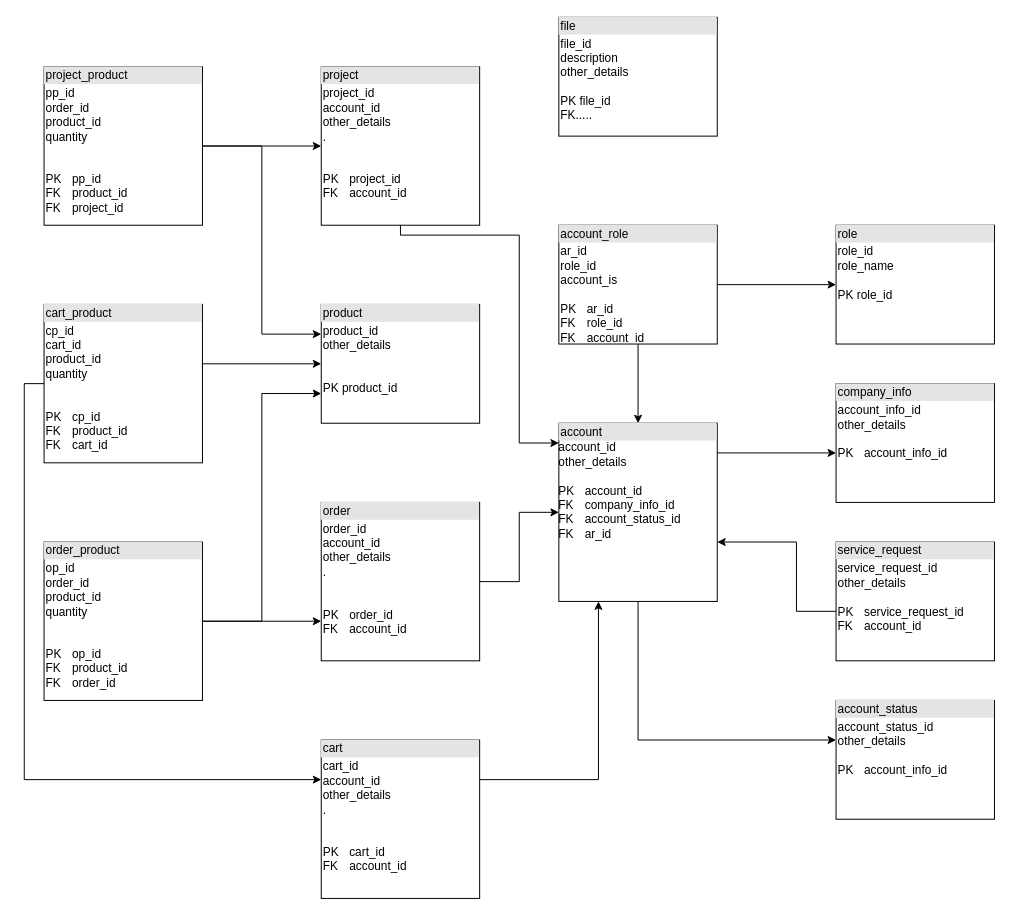
Above: Диаграмма без названия.drawio in zanchess/design-patterns (draw.io), before the change. Source tidied: cells renumbered, new cells numbered last; positions are measured from the earlier drawing's top-left corner, leaving out a move shared by most shapes. Both pictures are drawn from the tidied source at 99%, with x=0, y=0 at pixel (24, 17).
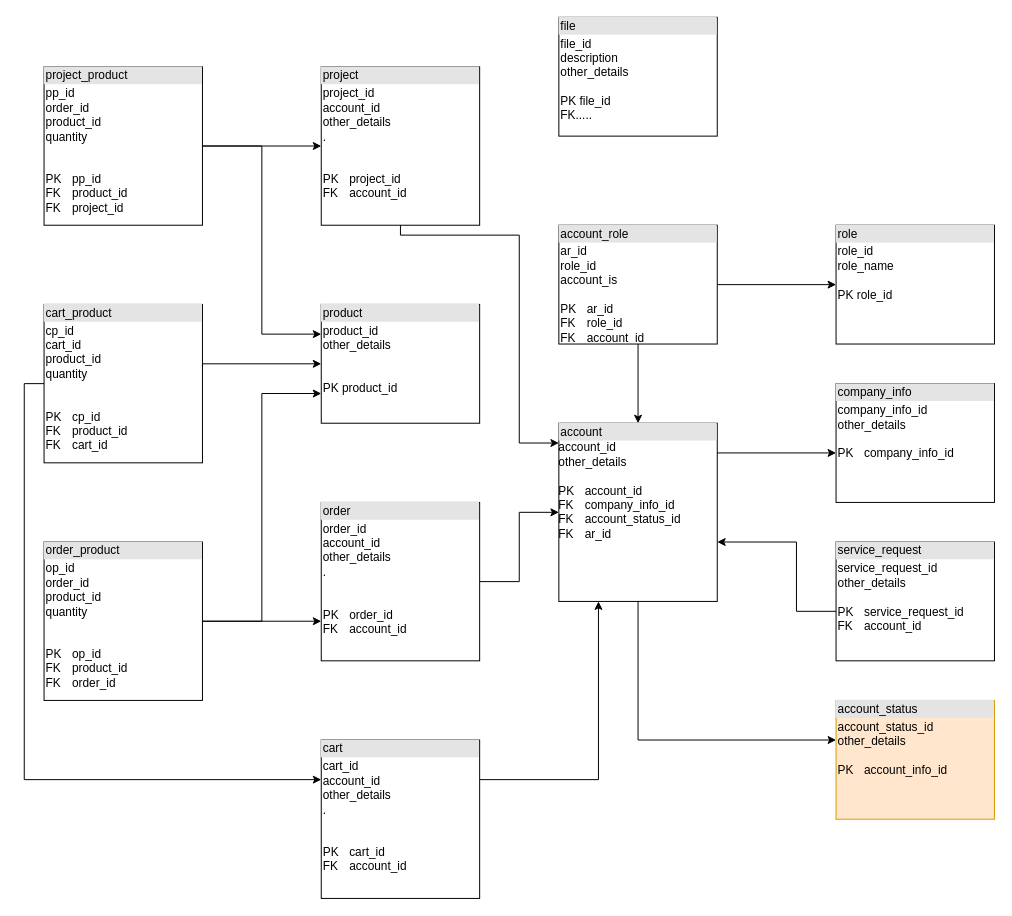
The same diagram, later.

Diff of the diagram source:
```diff
@@
-    <mxCell id="3" value="&lt;div style=&quot;box-sizing:border-box;width:100%;background:#e4e4e4;padding:2px;&quot;&gt;company_info&lt;/div&gt;&lt;table style=&quot;width:100%;font-size:1em;&quot; cellpadding=&quot;2&quot; cellspacing=&quot;0&quot;&gt;&lt;tbody&gt;&lt;tr&gt;&lt;td&gt;&lt;div&gt;account_info_id&lt;/div&gt;&lt;div&gt;other_details&lt;/div&gt;&lt;div&gt;&lt;br&gt;&lt;/div&gt;PK&lt;span style=&quot;white-space: pre;&quot;&gt;&#9;&lt;/span&gt;account_info_id&lt;/td&gt;&lt;td&gt;&lt;/td&gt;&lt;/tr&gt;&lt;tr&gt;&lt;td&gt;&lt;/td&gt;&lt;td&gt;&lt;br&gt;&lt;/td&gt;&lt;/tr&gt;&lt;/tbody&gt;&lt;/table&gt;" style="verticalAlign=top;align=left;overflow=fill;html=1;whiteSpace=wrap;" parent="1" vertex="1">
+    <mxCell id="3" value="&lt;div style=&quot;box-sizing:border-box;width:100%;background:#e4e4e4;padding:2px;&quot;&gt;company_info&lt;/div&gt;&lt;table style=&quot;width:100%;font-size:1em;&quot; cellpadding=&quot;2&quot; cellspacing=&quot;0&quot;&gt;&lt;tbody&gt;&lt;tr&gt;&lt;td&gt;&lt;div&gt;company_info_id&lt;/div&gt;&lt;div&gt;other_details&lt;/div&gt;&lt;div&gt;&lt;br&gt;&lt;/div&gt;PK&lt;span style=&quot;white-space: pre;&quot;&gt;&#9;&lt;/span&gt;company_info_id&lt;/td&gt;&lt;td&gt;&lt;/td&gt;&lt;/tr&gt;&lt;tr&gt;&lt;td&gt;&lt;/td&gt;&lt;td&gt;&lt;br&gt;&lt;/td&gt;&lt;/tr&gt;&lt;/tbody&gt;&lt;/table&gt;" style="verticalAlign=top;align=left;overflow=fill;html=1;whiteSpace=wrap;" parent="1" vertex="1">
       <mxGeometry x="820" y="370" width="160" height="120" as="geometry" />
     </mxCell>
@@
-    <mxCell id="26" value="&lt;div style=&quot;box-sizing:border-box;width:100%;background:#e4e4e4;padding:2px;&quot;&gt;account_status&lt;/div&gt;&lt;table style=&quot;width:100%;font-size:1em;&quot; cellpadding=&quot;2&quot; cellspacing=&quot;0&quot;&gt;&lt;tbody&gt;&lt;tr&gt;&lt;td&gt;&lt;div&gt;account_status_id&lt;/div&gt;&lt;div&gt;other_details&lt;/div&gt;&lt;div&gt;&lt;br&gt;&lt;/div&gt;PK&lt;span style=&quot;white-space: pre;&quot;&gt;&#9;&lt;/span&gt;account_info_id&lt;/td&gt;&lt;td&gt;&lt;/td&gt;&lt;/tr&gt;&lt;tr&gt;&lt;td&gt;&lt;/td&gt;&lt;td&gt;&lt;br&gt;&lt;/td&gt;&lt;/tr&gt;&lt;/tbody&gt;&lt;/table&gt;" style="verticalAlign=top;align=left;overflow=fill;html=1;whiteSpace=wrap;" parent="1" vertex="1">
+    <mxCell id="26" value="&lt;div style=&quot;box-sizing:border-box;width:100%;background:#e4e4e4;padding:2px;&quot;&gt;account_status&lt;/div&gt;&lt;table style=&quot;width:100%;font-size:1em;&quot; cellpadding=&quot;2&quot; cellspacing=&quot;0&quot;&gt;&lt;tbody&gt;&lt;tr&gt;&lt;td&gt;&lt;div&gt;account_status_id&lt;/div&gt;&lt;div&gt;other_details&lt;/div&gt;&lt;div&gt;&lt;br&gt;&lt;/div&gt;PK&lt;span style=&quot;white-space: pre;&quot;&gt;&#9;&lt;/span&gt;account_info_id&lt;/td&gt;&lt;td&gt;&lt;/td&gt;&lt;/tr&gt;&lt;tr&gt;&lt;td&gt;&lt;/td&gt;&lt;td&gt;&lt;br&gt;&lt;/td&gt;&lt;/tr&gt;&lt;/tbody&gt;&lt;/table&gt;" style="verticalAlign=top;align=left;overflow=fill;html=1;whiteSpace=wrap;fillColor=#ffe6cc;strokeColor=#d79b00;" parent="1" vertex="1">
       <mxGeometry x="820" y="690" width="160" height="120" as="geometry" />
     </mxCell>
```
